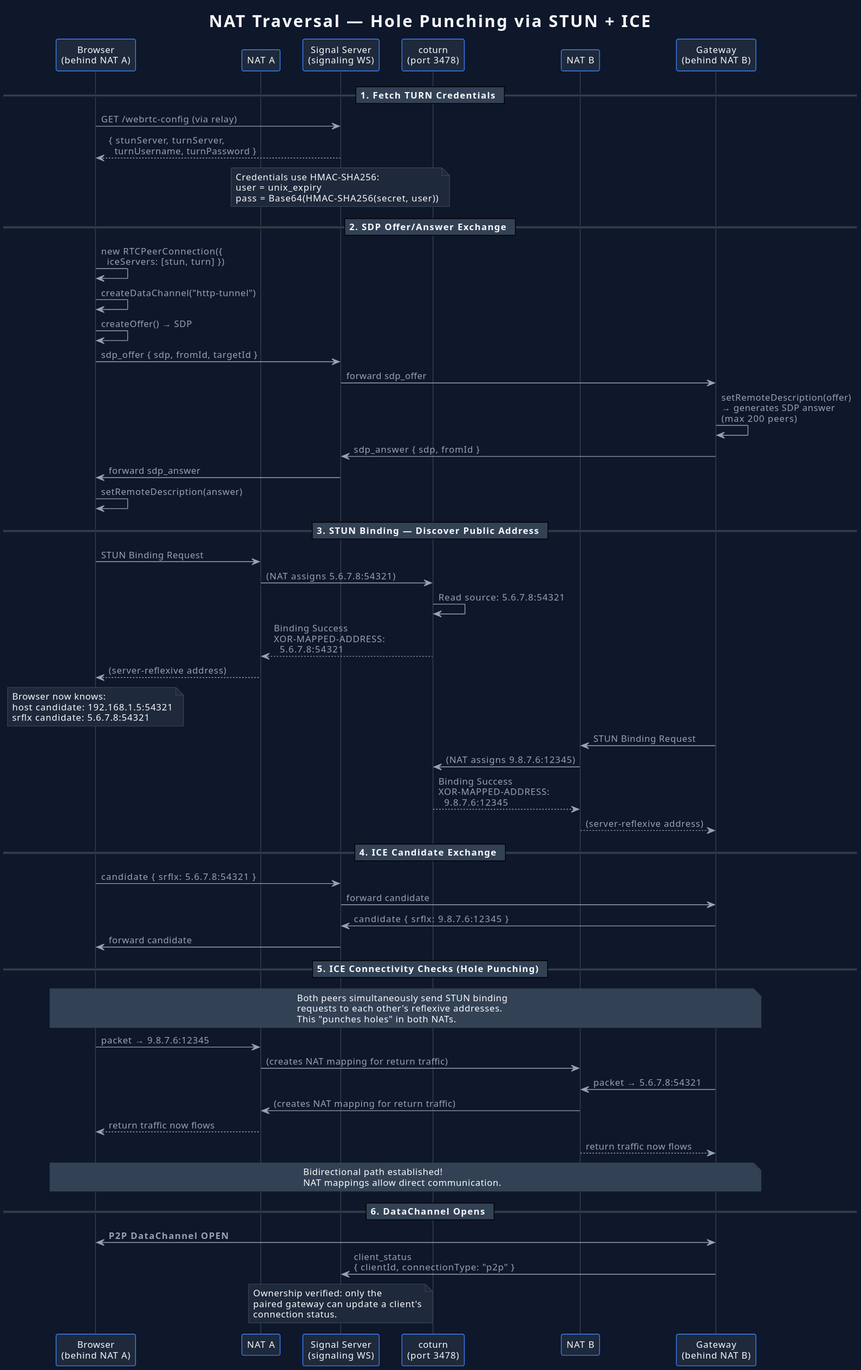
tide-foundation/keylessh-m2 keeps this PlantUML diagram as bridges/punchd-bridge/docs/diagrams/hole-punching.svg. Above is the earlier version.
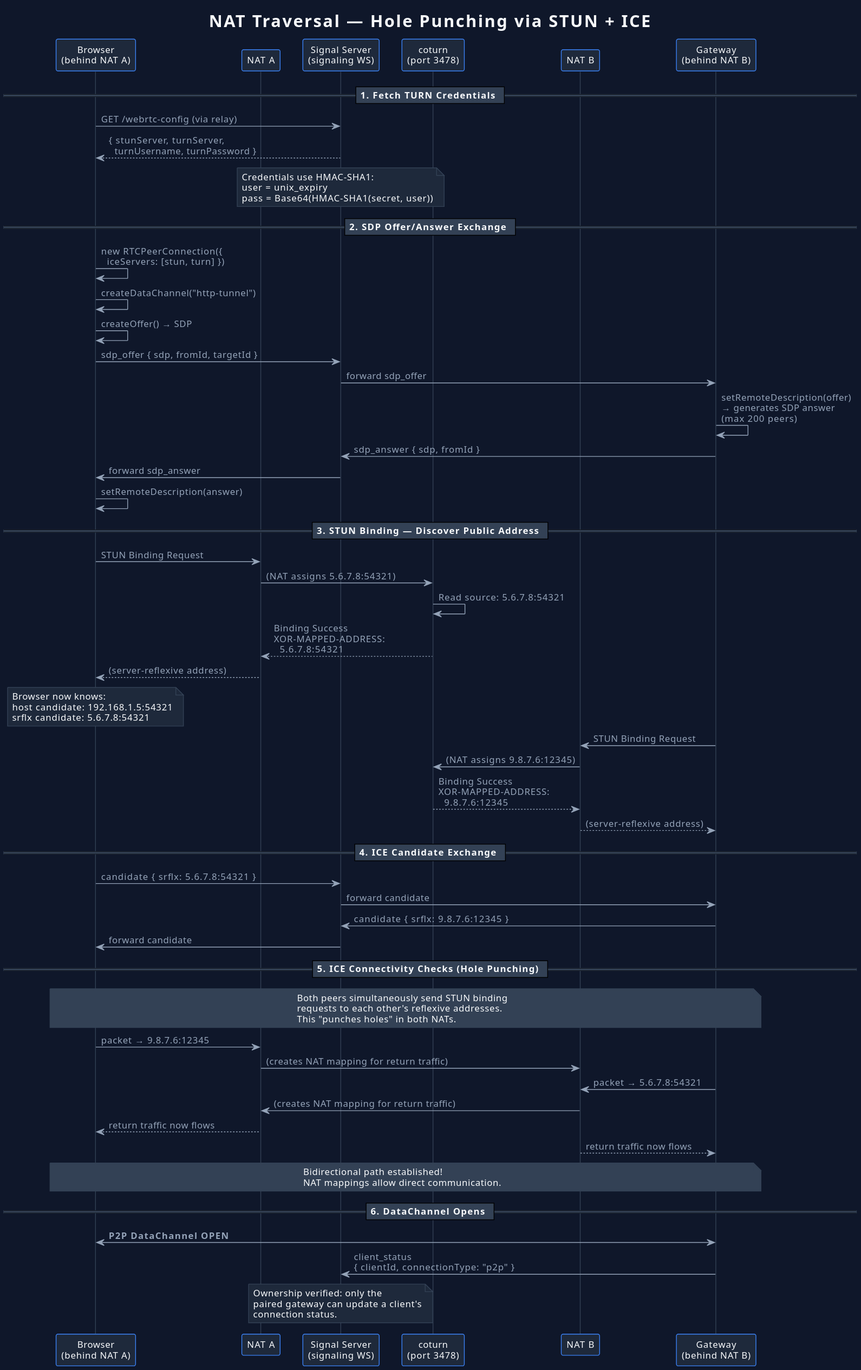
The same diagram one commit later.

What changed in the source:
```diff
@@ -36,9 +36,9 @@
 sig --> browser : { stunServer, turnServer,\n  turnUsername, turnPassword }
 
 note over sig
-  Credentials use HMAC-SHA256:
+  Credentials use HMAC-SHA1:
   user = unix_expiry
-  pass = Base64(HMAC-SHA256(secret, user))
+  pass = Base64(HMAC-SHA1(secret, user))
 end note
 
 == 2. SDP Offer/Answer Exchange ==
```
